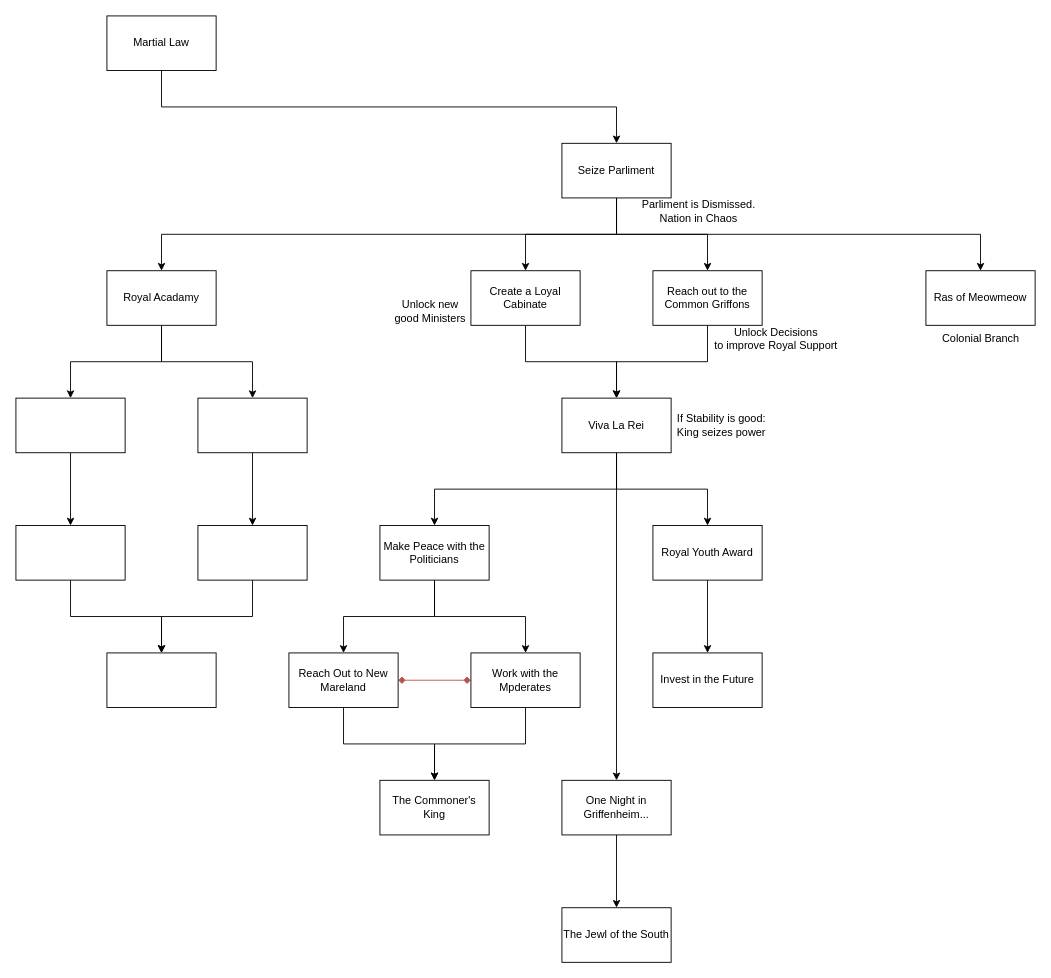
Above: common/national_focus/DrawioDiagrams/WNG.drawio in EaW-Team/equestria_dev (draw.io), before the change. Source tidied: cells renumbered, new cells numbered last; positions are measured from the earlier drawing's top-left corner, leaving out a move shared by most shapes. Both pictures are drawn from the tidied source at 91%, with x=0, y=0 at pixel (15, 15).
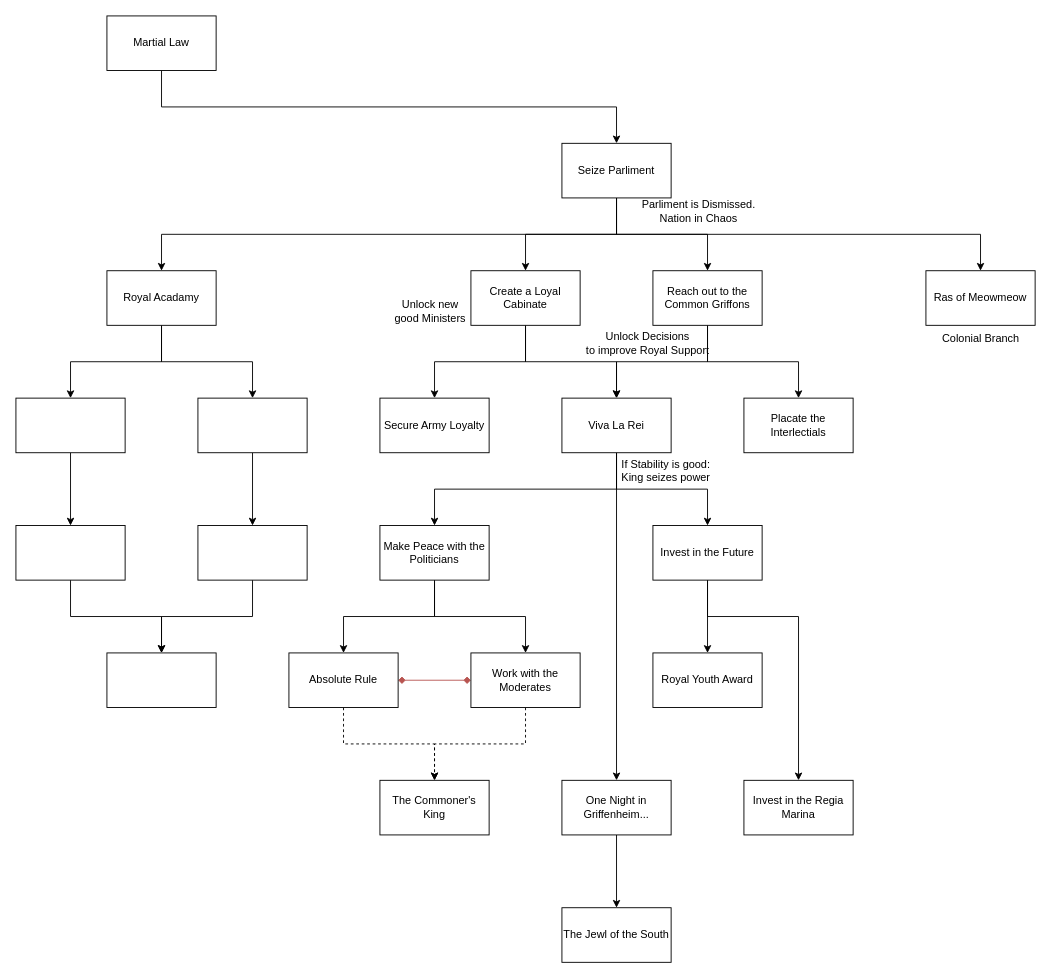
Above is the later version.

Unchanged cells that the change refers to:
```xml
<mxCell id="10" value="Create a Loyal Cabinate" style="rounded=0;whiteSpace=wrap;html=1;" parent="1" vertex="1">
  <mxGeometry x="500" y="280" width="120" height="60" as="geometry" />
</mxCell>
<mxCell id="33" value="The Commoner's King" style="rounded=0;whiteSpace=wrap;html=1;" parent="1" vertex="1">
  <mxGeometry x="400" y="840" width="120" height="60" as="geometry" />
</mxCell>
<mxCell id="43" value="Reach out to the Common Griffons" style="rounded=0;whiteSpace=wrap;html=1;" parent="1" vertex="1">
  <mxGeometry x="700" y="280" width="120" height="60" as="geometry" />
</mxCell>
```

What changed in the source:
```diff
@@
+    <mxCell id="50" style="edgeStyle=orthogonalEdgeStyle;rounded=0;jettySize=auto;html=1;" parent="1" edge="1" source="10" target="52">
+      <mxGeometry relative="1" as="geometry" />
+    </mxCell>
@@
+    <mxCell id="51" value="Placate the Interlectials" style="rounded=0;whiteSpace=wrap;html=1;" parent="1" vertex="1">
+      <mxGeometry x="800" y="420" width="120" height="60" as="geometry" />
+    </mxCell>
+    <mxCell id="52" value="Secure Army Loyalty" style="rounded=0;whiteSpace=wrap;html=1;" parent="1" vertex="1">
+      <mxGeometry x="400" y="420" width="120" height="60" as="geometry" />
+    </mxCell>
@@
-    <mxCell id="31" style="edgeStyle=orthogonalEdgeStyle;rounded=0;jettySize=auto;html=1;startArrow=none;startFill=0;endArrow=classic;endFill=1;" parent="1" edge="1" source="32" target="33">
+    <mxCell id="31" style="edgeStyle=orthogonalEdgeStyle;rounded=0;jettySize=auto;html=1;startArrow=none;startFill=0;endArrow=classic;endFill=1;dashed=1;" parent="1" edge="1" source="32" target="33">
       <mxGeometry relative="1" as="geometry" />
     </mxCell>
-    <mxCell id="32" value="Work with the Mpderates" style="rounded=0;whiteSpace=wrap;html=1;" parent="1" vertex="1">
+    <mxCell id="32" value="Work with the Moderates" style="rounded=0;whiteSpace=wrap;html=1;" parent="1" vertex="1">
       <mxGeometry x="500" y="700" width="120" height="60" as="geometry" />
     </mxCell>
@@
-    <mxCell id="34" style="edgeStyle=orthogonalEdgeStyle;rounded=0;jettySize=auto;html=1;startArrow=none;startFill=0;endArrow=classic;endFill=1;" parent="1" edge="1" source="35" target="33">
+    <mxCell id="34" style="edgeStyle=orthogonalEdgeStyle;rounded=0;jettySize=auto;html=1;startArrow=none;startFill=0;endArrow=classic;endFill=1;dashed=1;" parent="1" edge="1" source="35" target="33">
       <mxGeometry relative="1" as="geometry" />
     </mxCell>
-    <mxCell id="35" value="Reach Out to New Mareland" style="rounded=0;whiteSpace=wrap;html=1;" parent="1" vertex="1">
+    <mxCell id="35" value="Absolute Rule" style="rounded=0;whiteSpace=wrap;html=1;" parent="1" vertex="1">
       <mxGeometry x="300" y="700" width="120" height="60" as="geometry" />
     </mxCell>
@@
+    <mxCell id="53" style="edgeStyle=orthogonalEdgeStyle;rounded=0;jettySize=auto;html=1;" parent="1" edge="1" source="37" target="54">
+      <mxGeometry relative="1" as="geometry">
+        <Array as="points">
+          <mxPoint x="760" y="660" />
+          <mxPoint x="860" y="660" />
+        </Array>
+      </mxGeometry>
+    </mxCell>
-    <mxCell id="37" value="Royal Youth Award" style="rounded=0;whiteSpace=wrap;html=1;" parent="1" vertex="1">
+    <mxCell id="37" value="Invest in the Future" style="rounded=0;whiteSpace=wrap;html=1;" parent="1" vertex="1">
       <mxGeometry x="700" y="560" width="120" height="60" as="geometry" />
     </mxCell>
-    <mxCell id="38" value="Invest in the Future" style="rounded=0;whiteSpace=wrap;html=1;" parent="1" vertex="1">
+    <mxCell id="38" value="Royal Youth Award" style="rounded=0;whiteSpace=wrap;html=1;" parent="1" vertex="1">
       <mxGeometry x="700" y="700" width="120" height="60" as="geometry" />
     </mxCell>
+    <mxCell id="54" value="Invest in the Regia Marina" style="rounded=0;whiteSpace=wrap;html=1;" parent="1" vertex="1">
+      <mxGeometry x="800" y="840" width="120" height="60" as="geometry" />
+    </mxCell>
@@
+    <mxCell id="55" style="edgeStyle=orthogonalEdgeStyle;rounded=0;jettySize=auto;html=1;exitX=0.5;exitY=1;exitDx=0;exitDy=0;" parent="1" edge="1" source="43" target="51">
+      <mxGeometry relative="1" as="geometry" />
+    </mxCell>
@@
     <mxCell id="47" value="Unlock Decisions&lt;br&gt;to improve Royal Support" style="text;html=1;align=center;verticalAlign=middle;" parent="1" vertex="1">
-      <mxGeometry x="760" y="340" width="150" height="30" as="geometry" />
+      <mxGeometry x="619" y="345" width="150" height="30" as="geometry" />
     </mxCell>
     <mxCell id="48" value="If Stability is good:&lt;br&gt;King seizes power" style="text;html=1;align=center;verticalAlign=middle;" parent="1" vertex="1">
-      <mxGeometry x="720" y="435" width="110" height="30" as="geometry" />
+      <mxGeometry x="659" y="485" width="110" height="30" as="geometry" />
     </mxCell>
```
